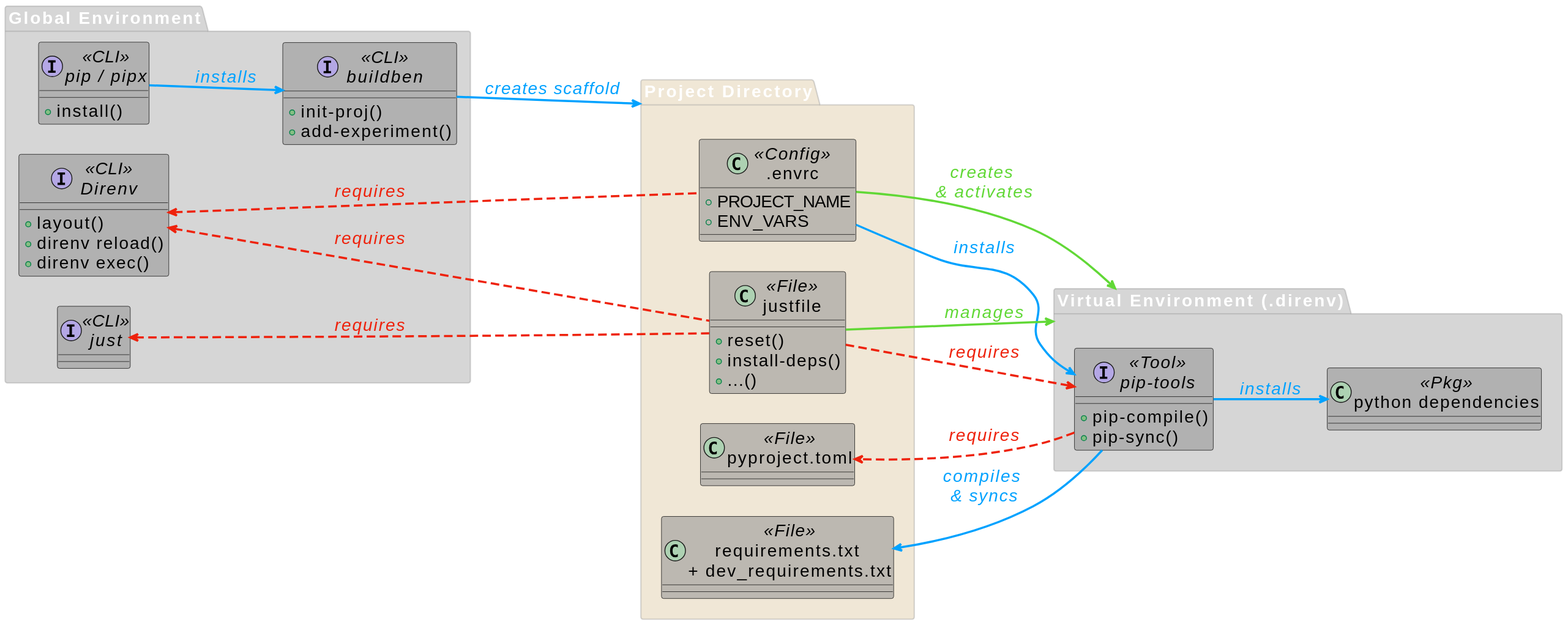
Before: assets/diagram/diagram.svg, a diagram exported from PlantUML (HisQu/buildben).
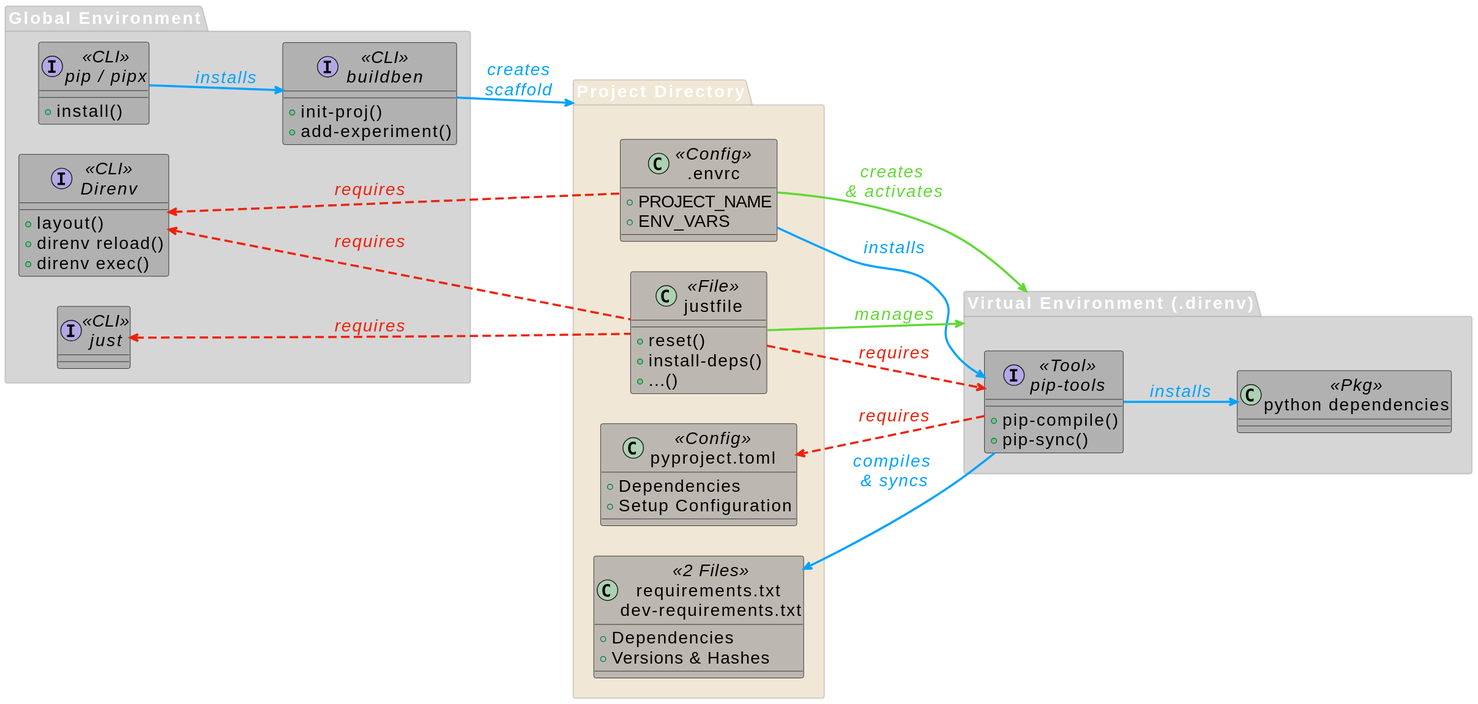
After the commit.

The edit, as a diff of the source:
```diff
@@ -38,7 +38,10 @@
 
 package "Project Directory" as PDIR #d9c49966 {
 
-    class "pyproject.toml"                          as PPRT <<File>>
+    class "pyproject.toml"                          as PPRT <<Config>> {
+        +Dependencies
+        +Setup Configuration
+    }
 
     class "justfile"                                as JF  <<File>> {
         +reset()
@@ -51,7 +54,10 @@
         +ENV_VARS
     }
 
-    class "requirements.txt \n+ dev_requirements.txt" as RE   <<File>>
+    class "requirements.txt \ndev-requirements.txt" as RE   <<2 Files>> {
+        +Dependencies
+        +Versions & Hashes
+    }
 }
 
 package "Virtual Environment (.direnv)" as VENV  {
@@ -80,7 +86,7 @@
 
 PT --> PD : installs
 PIP --> B : installs
-B --> PDIR   : creates scaffold
+B --> PDIR   : creates\nscaffold
 ERC --> PT     : installs
 PT  --> RE     : compiles \n& syncs
 
```
